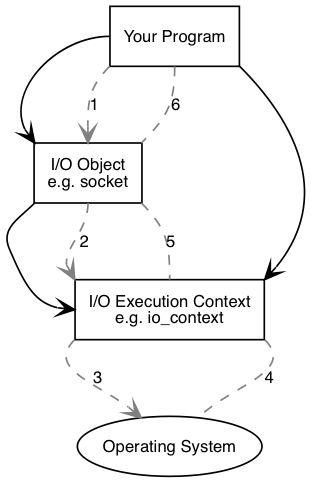
Above: libs/asio/doc/overview/sync_op.png in arbin-ruisen/store-boost (Graphviz), before the change. Its source is kept beside it as libs/asio/doc/overview/sync_op.dot. Its diagram source:
```dot
digraph g
{
  graph
    [
      nodesep="0.6"
    ];

  edge
    [
      fontname="Helvetica",
      fontsize=10,
      labelfontname="Helvetica",
      labelfontsize=10
    ];

  node
    [
      fontname="Helvetica",
      fontsize=10,
      shape=box
    ];

  edge
    [
      arrowhead="open"
    ]

  {
    operating_system [ label="Operating System", shape=ellipse ];
    io_context [ label="I/O Execution Context\ne.g. io_context" ];
    io_object [ label="I/O Object\ne.g. socket" ];
    your_program [ label="Your Program" ];
  }

  {
    edge [ arrowtail="diamond" ];
    your_program:w -> io_object:nw;
    your_program:se -> io_context:ne;
  }

  {
    io_object:sw -> io_context:w;
  }

  {
    edge [ style="dashed", color="#808080" ];

    {
      your_program:sw -> io_object:n [ label="1" ];
      io_object:s -> io_context:nw [ label="2" ];
      io_context:sw -> operating_system:nw [ label="3" ];
    }

    {
      edge [ arrowhead="none", arrowtail="open" ];
      io_context:se -> operating_system:ne [ label="4" ];
      io_object:se -> io_context:n [ label="5" ];
      your_program:s -> io_object:ne [ label="6" ];
    }
  }
}
```
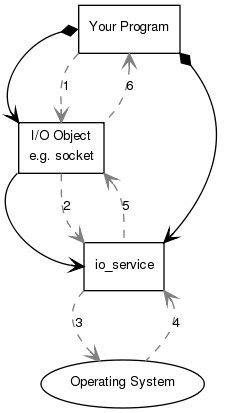
Later version of the same file.

Change to the diagram source:
```diff
@@ -27,7 +27,7 @@
 
   {
     operating_system [ label="Operating System", shape=ellipse ];
-    io_context [ label="I/O Execution Context\ne.g. io_context" ];
+    io_service [ label="io_service" ];
     io_object [ label="I/O Object\ne.g. socket" ];
     your_program [ label="Your Program" ];
   }
@@ -35,11 +35,11 @@
   {
     edge [ arrowtail="diamond" ];
     your_program:w -> io_object:nw;
-    your_program:se -> io_context:ne;
+    your_program:se -> io_service:ne;
   }
 
   {
-    io_object:sw -> io_context:w;
+    io_object:sw -> io_service:w;
   }
 
   {
@@ -47,14 +47,14 @@
 
     {
       your_program:sw -> io_object:n [ label="1" ];
-      io_object:s -> io_context:nw [ label="2" ];
-      io_context:sw -> operating_system:nw [ label="3" ];
+      io_object:s -> io_service:nw [ label="2" ];
+      io_service:sw -> operating_system:nw [ label="3" ];
     }
 
     {
       edge [ arrowhead="none", arrowtail="open" ];
-      io_context:se -> operating_system:ne [ label="4" ];
-      io_object:se -> io_context:n [ label="5" ];
+      io_service:se -> operating_system:ne [ label="4" ];
+      io_object:se -> io_service:n [ label="5" ];
       your_program:s -> io_object:ne [ label="6" ];
     }
   }
```
